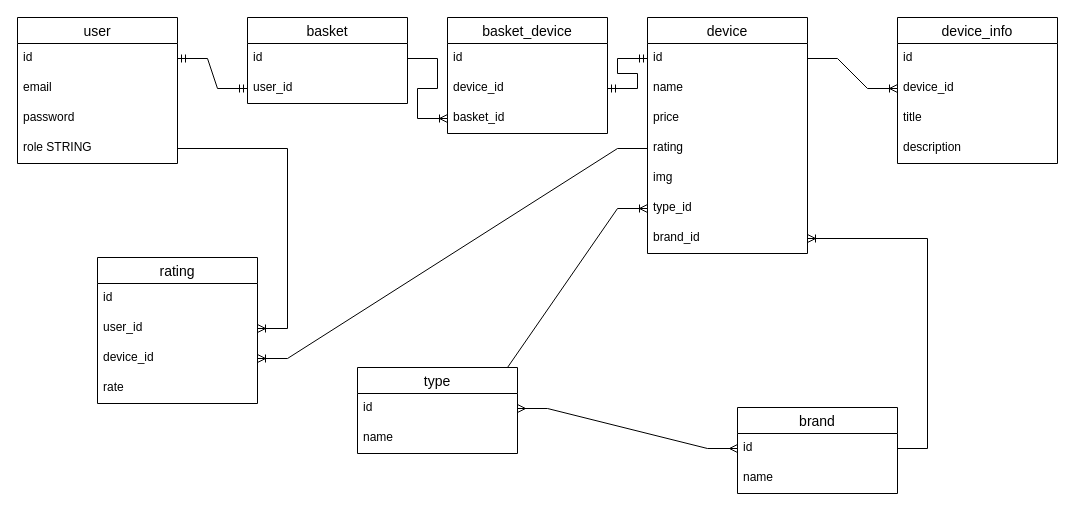
Above: server/db.drawio in Narberal-Gamma/Internet_Shop (draw.io), before the change. Source tidied: cells renumbered, new cells numbered last; positions are measured from the earlier drawing's top-left corner, leaving out a move shared by most shapes. Both pictures are drawn from the tidied source at 100%, with x=0, y=0 at pixel (17, 17).
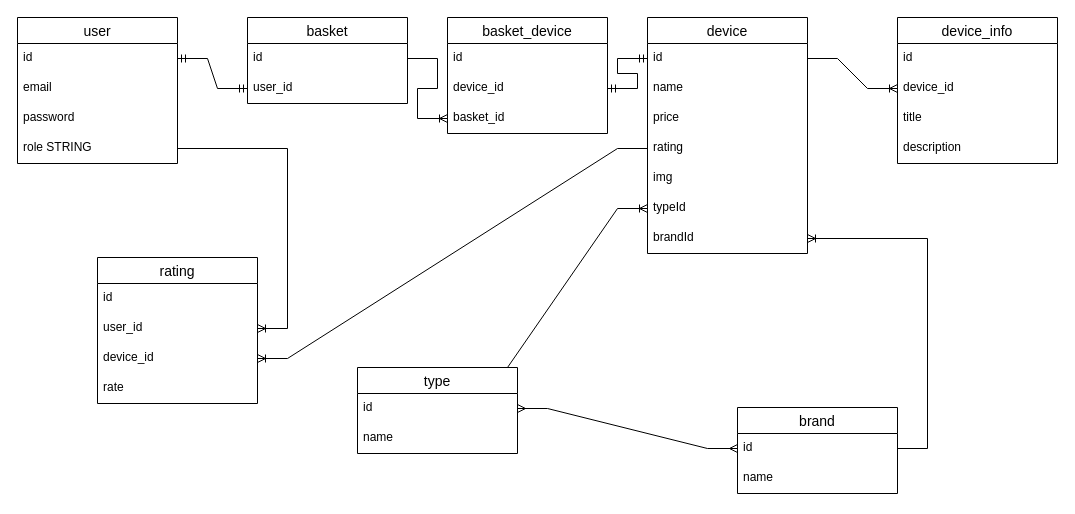
The same page after the edit.

The change refers to these unchanged cells:
```xml
<mxCell id="11" value="device" style="swimlane;fontStyle=0;horizontal=1;startSize=26;align=center;fontSize=14;" parent="1" vertex="1">
  <mxGeometry x="630" width="160" height="236" as="geometry" />
</mxCell>
```

What changed in the source:
```diff
@@
-    <mxCell id="17" value="type_id" style="text;strokeColor=none;fillColor=none;spacingLeft=4;spacingRight=4;overflow=hidden;points=[[0,0.5],[1,0.5]];portConstraint=eastwest;fontSize=12;whiteSpace=wrap;html=1;" parent="11" vertex="1">
+    <mxCell id="17" value="typeId" style="text;strokeColor=none;fillColor=none;spacingLeft=4;spacingRight=4;overflow=hidden;points=[[0,0.5],[1,0.5]];portConstraint=eastwest;fontSize=12;whiteSpace=wrap;html=1;" parent="11" vertex="1">
       <mxGeometry y="176" width="160" height="30" as="geometry" />
     </mxCell>
-    <mxCell id="18" value="brand_id" style="text;strokeColor=none;fillColor=none;spacingLeft=4;spacingRight=4;overflow=hidden;points=[[0,0.5],[1,0.5]];portConstraint=eastwest;fontSize=12;whiteSpace=wrap;html=1;" parent="11" vertex="1">
+    <mxCell id="18" value="brandId" style="text;strokeColor=none;fillColor=none;spacingLeft=4;spacingRight=4;overflow=hidden;points=[[0,0.5],[1,0.5]];portConstraint=eastwest;fontSize=12;whiteSpace=wrap;html=1;" parent="11" vertex="1">
       <mxGeometry y="206" width="160" height="30" as="geometry" />
     </mxCell>
```
